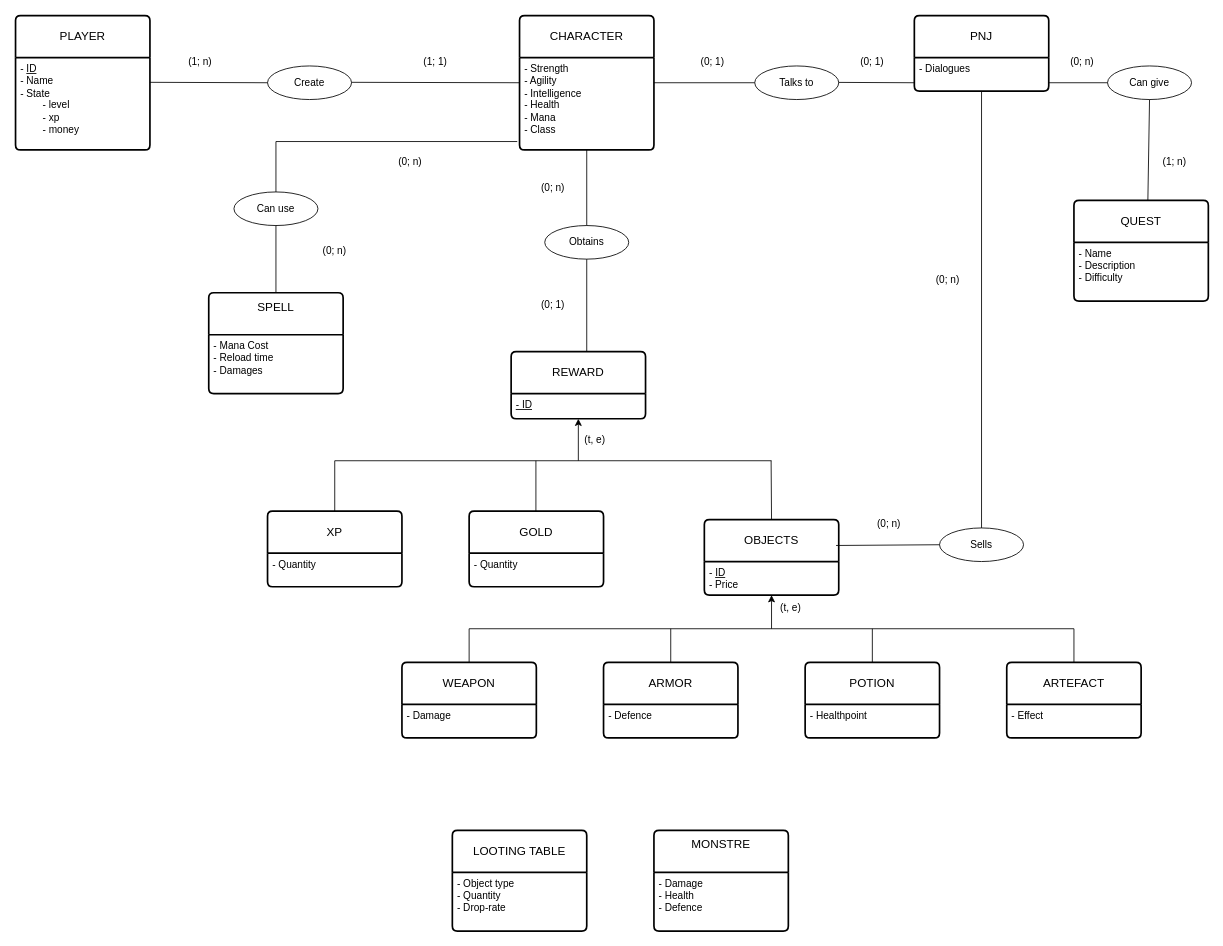
The draw.io diagram Diagramme BDD.drawio in JakeTheRealOne/bdd_dashboard, before the edit. Source tidied: cells renumbered, new cells numbered last; positions are measured from the earlier drawing's top-left corner, leaving out a move shared by most shapes. Both pictures are drawn from the tidied source at 84%, with x=0, y=0 at pixel (15, 15).
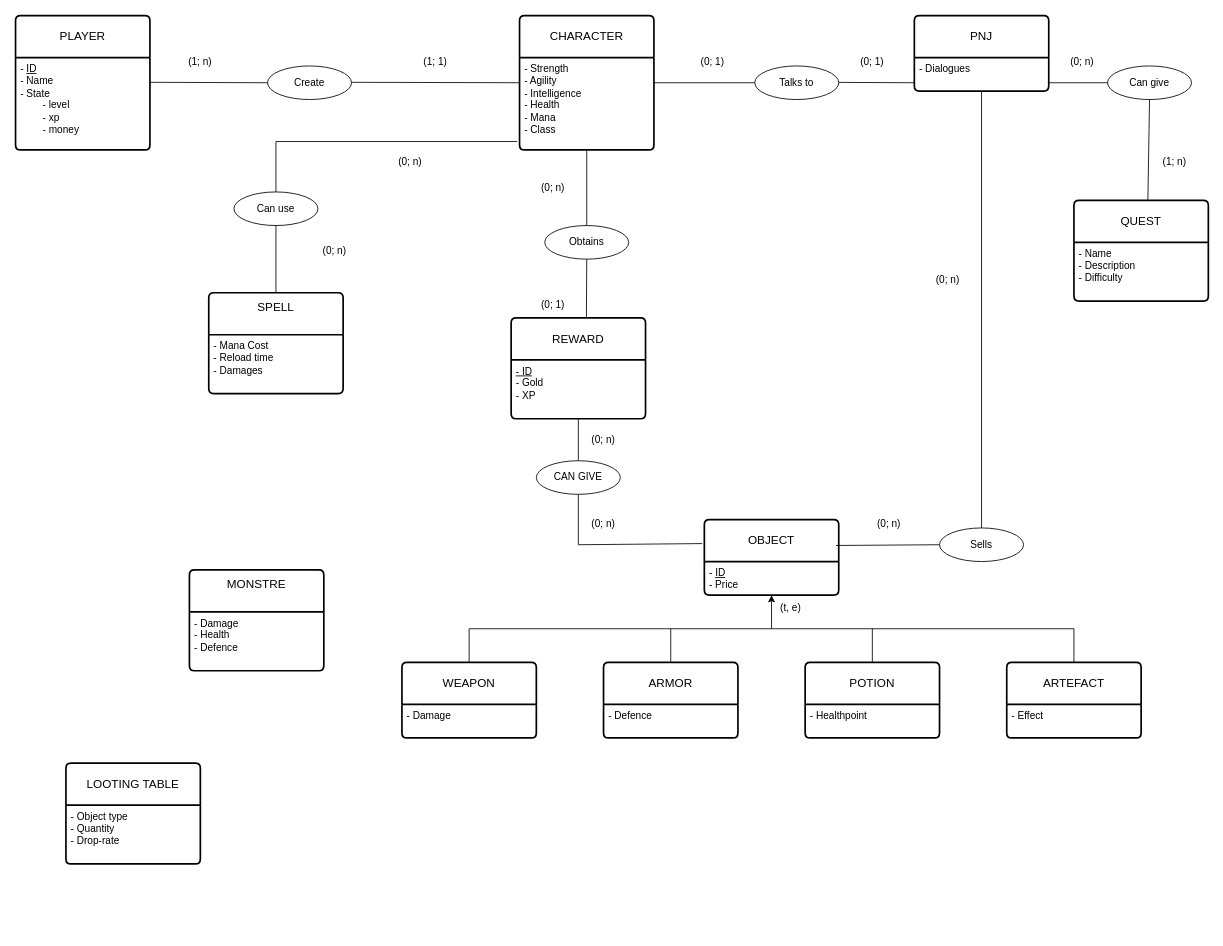
The same diagram, later.

The edit, as a diff of the source:
```diff
@@
-    <mxCell id="6" value="OBJECTS" style="swimlane;horizontal=1;startSize=50;rounded=1;fontSize=14;fontStyle=0;strokeWidth=2;shadow=0;dashed=0;align=center;arcSize=4;whiteSpace=wrap;html=1;" parent="1" vertex="1">
+    <mxCell id="6" value="OBJECT" style="swimlane;horizontal=1;startSize=50;rounded=1;fontSize=14;fontStyle=0;strokeWidth=2;shadow=0;dashed=0;align=center;arcSize=4;whiteSpace=wrap;html=1;" parent="1" vertex="1">
       <mxGeometry x="820" y="600" width="160" height="90" as="geometry" />
     </mxCell>
@@
     <mxCell id="23" value="MONSTRE&lt;div&gt;&lt;br&gt;&lt;/div&gt;" style="swimlane;horizontal=1;startSize=50;rounded=1;fontSize=14;fontStyle=0;strokeWidth=2;shadow=0;dashed=0;align=center;arcSize=4;whiteSpace=wrap;html=1;" parent="1" vertex="1">
-      <mxGeometry x="760" y="970" width="160" height="120" as="geometry" />
+      <mxGeometry x="207" y="660" width="160" height="120" as="geometry" />
     </mxCell>
@@
     <mxCell id="25" value="LOOTING TABLE" style="swimlane;horizontal=1;startSize=50;rounded=1;fontSize=14;fontStyle=0;strokeWidth=2;shadow=0;dashed=0;align=center;arcSize=4;whiteSpace=wrap;html=1;" parent="1" vertex="1">
-      <mxGeometry x="520" y="970" width="160" height="120" as="geometry" />
+      <mxGeometry x="60" y="890" width="160" height="120" as="geometry" />
     </mxCell>
@@
-    <mxCell id="33" value="REWARD" style="swimlane;horizontal=1;startSize=50;rounded=1;fontSize=14;fontStyle=0;strokeWidth=2;shadow=0;dashed=0;align=center;arcSize=4;whiteSpace=wrap;html=1;" parent="1" vertex="1">
-      <mxGeometry x="590" y="400" width="160" height="80" as="geometry" />
-    </mxCell>
-    <mxCell id="34" value="&lt;u&gt;- ID&lt;/u&gt;" style="align=left;strokeColor=none;fillColor=none;spacingLeft=4;fontSize=12;verticalAlign=top;html=1;" parent="33" vertex="1">
-      <mxGeometry y="50" width="160" height="30" as="geometry" />
-    </mxCell>
-    <mxCell id="35" value="XP" style="swimlane;horizontal=1;startSize=50;rounded=1;fontSize=14;fontStyle=0;strokeWidth=2;shadow=0;dashed=0;align=center;arcSize=4;whiteSpace=wrap;html=1;" parent="1" vertex="1">
-      <mxGeometry x="300" y="590" width="160" height="90" as="geometry" />
-    </mxCell>
-    <mxCell id="36" value="- Quantity&lt;div&gt;&lt;br&gt;&lt;/div&gt;" style="align=left;strokeColor=none;fillColor=none;spacingLeft=4;fontSize=12;verticalAlign=top;html=1;" parent="35" vertex="1">
-      <mxGeometry y="50" width="160" height="40" as="geometry" />
-    </mxCell>
-    <mxCell id="37" value="GOLD" style="swimlane;horizontal=1;startSize=50;rounded=1;fontSize=14;fontStyle=0;strokeWidth=2;shadow=0;dashed=0;align=center;arcSize=4;whiteSpace=wrap;html=1;" parent="1" vertex="1">
-      <mxGeometry x="540" y="590" width="160" height="90" as="geometry" />
-    </mxCell>
-    <mxCell id="38" value="- Quantity&lt;div&gt;&lt;br&gt;&lt;/div&gt;" style="align=left;strokeColor=none;fillColor=none;spacingLeft=4;fontSize=12;verticalAlign=top;html=1;" parent="37" vertex="1">
-      <mxGeometry y="50" width="160" height="40" as="geometry" />
-    </mxCell>
-    <mxCell id="39" style="endArrow=none;html=1;rounded=0;exitX=0.5;exitY=0;exitDx=0;exitDy=0;" parent="1" edge="1" source="35">
-      <mxGeometry relative="1" as="geometry">
-        <mxPoint x="380" y="530" as="targetPoint" />
-      </mxGeometry>
-    </mxCell>
-    <mxCell id="40" style="endArrow=none;html=1;rounded=0;exitX=0.5;exitY=0;exitDx=0;exitDy=0;" parent="1" edge="1">
-      <mxGeometry relative="1" as="geometry">
-        <mxPoint x="619.5" y="590" as="sourcePoint" />
-        <mxPoint x="619.5" y="530" as="targetPoint" />
-      </mxGeometry>
-    </mxCell>
-    <mxCell id="41" style="endArrow=none;html=1;rounded=0;exitX=0.5;exitY=0;exitDx=0;exitDy=0;" parent="1" edge="1" source="6">
-      <mxGeometry relative="1" as="geometry">
-        <mxPoint x="899.5" y="530" as="targetPoint" />
-      </mxGeometry>
-    </mxCell>
-    <mxCell id="42" style="endArrow=none;html=1;rounded=0;" parent="1" edge="1">
-      <mxGeometry relative="1" as="geometry">
-        <mxPoint x="380" y="530" as="sourcePoint" />
-        <mxPoint x="900" y="530" as="targetPoint" />
-      </mxGeometry>
-    </mxCell>
-    <mxCell id="43" style="endArrow=classic;html=1;rounded=0;entryX=0.5;entryY=1;entryDx=0;entryDy=0;endFill=1;" parent="1" edge="1" target="34">
-      <mxGeometry relative="1" as="geometry">
-        <mxPoint x="670" y="530" as="sourcePoint" />
-      </mxGeometry>
-    </mxCell>
@@
-    <mxCell id="49" style="endArrow=none;html=1;rounded=0;" parent="1" edge="1">
+    <mxCell id="49" style="endArrow=none;html=1;rounded=0;exitX=0.56;exitY=0.042;exitDx=0;exitDy=0;exitPerimeter=0;" parent="1" edge="1" source="33">
       <mxGeometry relative="1" as="geometry">
-        <mxPoint x="680" y="400" as="sourcePoint" />
         <mxPoint x="680" y="290" as="targetPoint" />
       </mxGeometry>
     </mxCell>
@@
-    <mxCell id="53" value="(t, e)" style="text;html=1;align=center;verticalAlign=middle;whiteSpace=wrap;rounded=0;" parent="1" vertex="1">
-      <mxGeometry x="660" y="490" width="60" height="30" as="geometry" />
-    </mxCell>
@@
+    <mxCell id="76" style="endArrow=none;html=1;rounded=0;" parent="1" edge="1" target="33">
+      <mxGeometry relative="1" as="geometry">
+        <mxPoint x="680" y="400" as="sourcePoint" />
+      </mxGeometry>
+    </mxCell>
+    <mxCell id="33" value="REWARD" style="swimlane;horizontal=1;startSize=50;rounded=1;fontSize=14;fontStyle=0;strokeWidth=2;shadow=0;dashed=0;align=center;arcSize=4;whiteSpace=wrap;html=1;" parent="1" vertex="1">
+      <mxGeometry x="590" y="360" width="160" height="120" as="geometry" />
+    </mxCell>
+    <mxCell id="34" value="&lt;u&gt;- ID&lt;/u&gt;&lt;div&gt;- Gold&lt;/div&gt;&lt;div&gt;- XP&lt;/div&gt;" style="align=left;strokeColor=none;fillColor=none;spacingLeft=4;fontSize=12;verticalAlign=top;html=1;" parent="33" vertex="1">
+      <mxGeometry y="50" width="160" height="70" as="geometry" />
+    </mxCell>
+    <mxCell id="77" value="CAN GIVE" style="ellipse;whiteSpace=wrap;html=1;align=center;" parent="1" vertex="1">
+      <mxGeometry x="620" y="530" width="100" height="40" as="geometry" />
+    </mxCell>
+    <mxCell id="78" style="endArrow=none;html=1;rounded=0;exitX=0.5;exitY=0;exitDx=0;exitDy=0;entryX=0.5;entryY=1;entryDx=0;entryDy=0;" parent="1" edge="1" source="77" target="34">
+      <mxGeometry relative="1" as="geometry" />
+    </mxCell>
+    <mxCell id="79" style="endArrow=none;html=1;rounded=0;exitX=-0.016;exitY=0.318;exitDx=0;exitDy=0;exitPerimeter=0;" parent="1" edge="1" source="6">
+      <mxGeometry relative="1" as="geometry">
+        <mxPoint x="670" y="630" as="targetPoint" />
+      </mxGeometry>
+    </mxCell>
+    <mxCell id="80" style="endArrow=none;html=1;rounded=0;" parent="1" edge="1">
+      <mxGeometry relative="1" as="geometry">
+        <mxPoint x="670" y="630" as="sourcePoint" />
+        <mxPoint x="670" y="570" as="targetPoint" />
+      </mxGeometry>
+    </mxCell>
+    <mxCell id="81" value="(0; n)" style="text;html=1;align=center;verticalAlign=middle;whiteSpace=wrap;rounded=0;" parent="1" vertex="1">
+      <mxGeometry x="670" y="590" width="60" height="30" as="geometry" />
+    </mxCell>
+    <mxCell id="82" value="(0; n)" style="text;html=1;align=center;verticalAlign=middle;whiteSpace=wrap;rounded=0;" parent="1" vertex="1">
+      <mxGeometry x="670" y="490" width="60" height="30" as="geometry" />
+    </mxCell>
```
